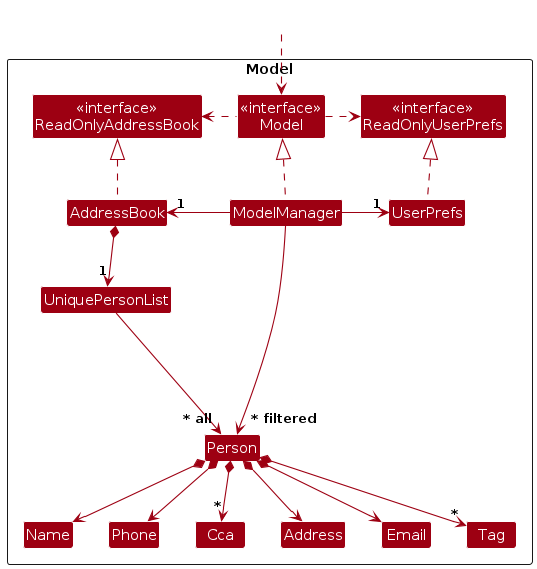
Above: diagrams/ModelClassDiagram.png in LifHoshi/tp (PlantUML), before the change. Its source is kept beside it as diagrams/ModelClassDiagram.puml. Source of this version:
```plantuml
@startuml
!include style.puml
skinparam arrowThickness 1.1
skinparam arrowColor MODEL_COLOR
skinparam classBackgroundColor MODEL_COLOR

Package Model as ModelPackage <<Rectangle>>{
Class "<<interface>>\nReadOnlyAddressBook" as ReadOnlyAddressBook
Class "<<interface>>\nReadOnlyUserPrefs" as ReadOnlyUserPrefs
Class "<<interface>>\nModel" as Model
Class AddressBook
Class ModelManager
Class UserPrefs

Class UniquePersonList
Class Person
Class Address
Class Email
Class Name
Class Phone
Class Tag
Class Cca

Class I #FFFFFF
}

Class HiddenOutside #FFFFFF
HiddenOutside ..> Model

AddressBook .up.|> ReadOnlyAddressBook

ModelManager .up.|> Model
Model .right.> ReadOnlyUserPrefs
Model .left.> ReadOnlyAddressBook
ModelManager -left-> "1" AddressBook
ModelManager -right-> "1" UserPrefs
UserPrefs .up.|> ReadOnlyUserPrefs

AddressBook *--> "1" UniquePersonList
UniquePersonList --> "~* all" Person
Person *--> Name
Person *--> Phone
Person *--> Email
Person *--> Address
Person *--> "*" Tag
Person *--> "*" Cca

Person -[hidden]up--> I
UniquePersonList -[hidden]right-> I

Name -[hidden]right-> Phone
Phone -[hidden]right-> Cca
Cca -[hidden]right-> Address
Address -[hidden]right-> Email

ModelManager --> "~* filtered" Person
@enduml
```
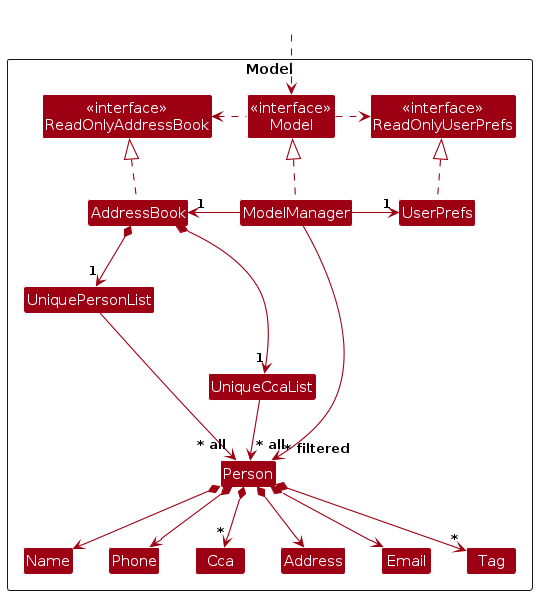
After the commit.

The edit, as a diff of the source:
```diff
@@ -13,6 +13,7 @@
 Class UserPrefs
 
 Class UniquePersonList
+Class UniqueCcaList
 Class Person
 Class Address
 Class Email
@@ -37,7 +38,9 @@
 UserPrefs .up.|> ReadOnlyUserPrefs
 
 AddressBook *--> "1" UniquePersonList
+AddressBook *--> "1" UniqueCcaList
 UniquePersonList --> "~* all" Person
+UniqueCcaList --> "~* all" Person
 Person *--> Name
 Person *--> Phone
 Person *--> Email
```
